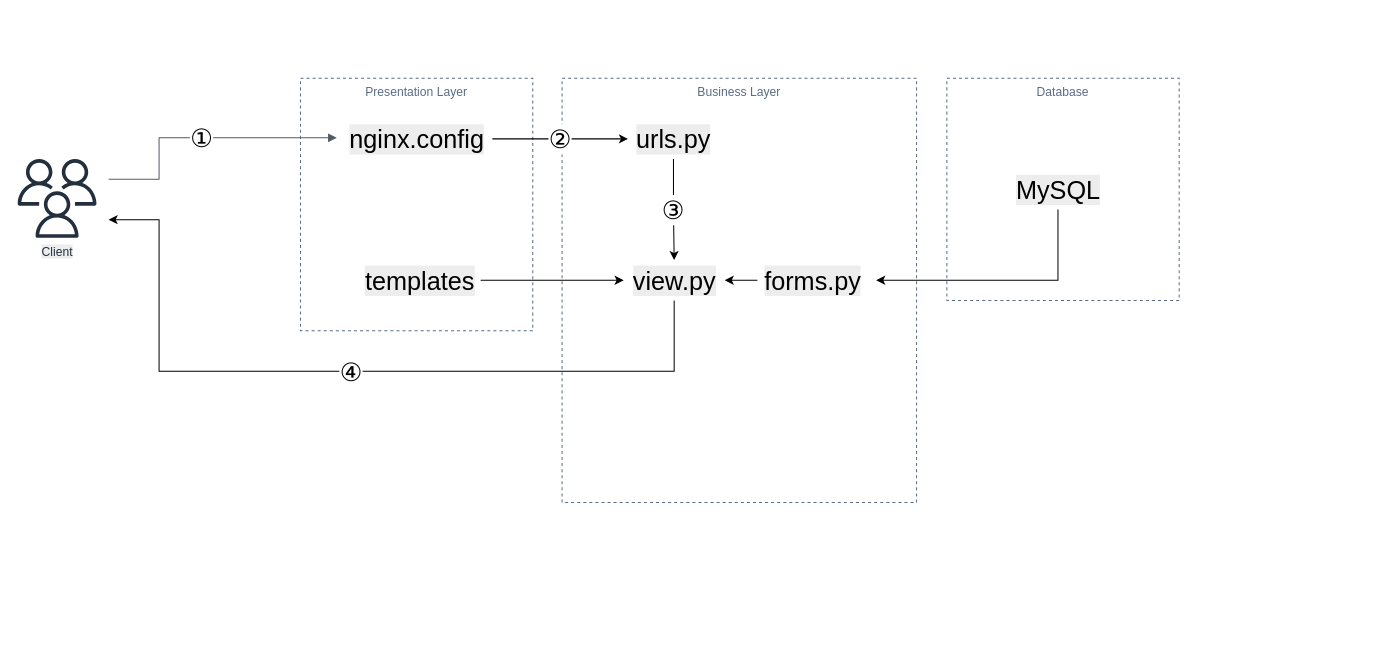
Before: logic.drawio in seongdong2/Nginx-Django, a draw.io diagram. Source tidied: cells renumbered, new cells numbered last; positions are measured from the earlier drawing's top-left corner, leaving out a move shared by most shapes. Both pictures are drawn from the tidied source at 101%, with x=0, y=0 at pixel (17, 78).
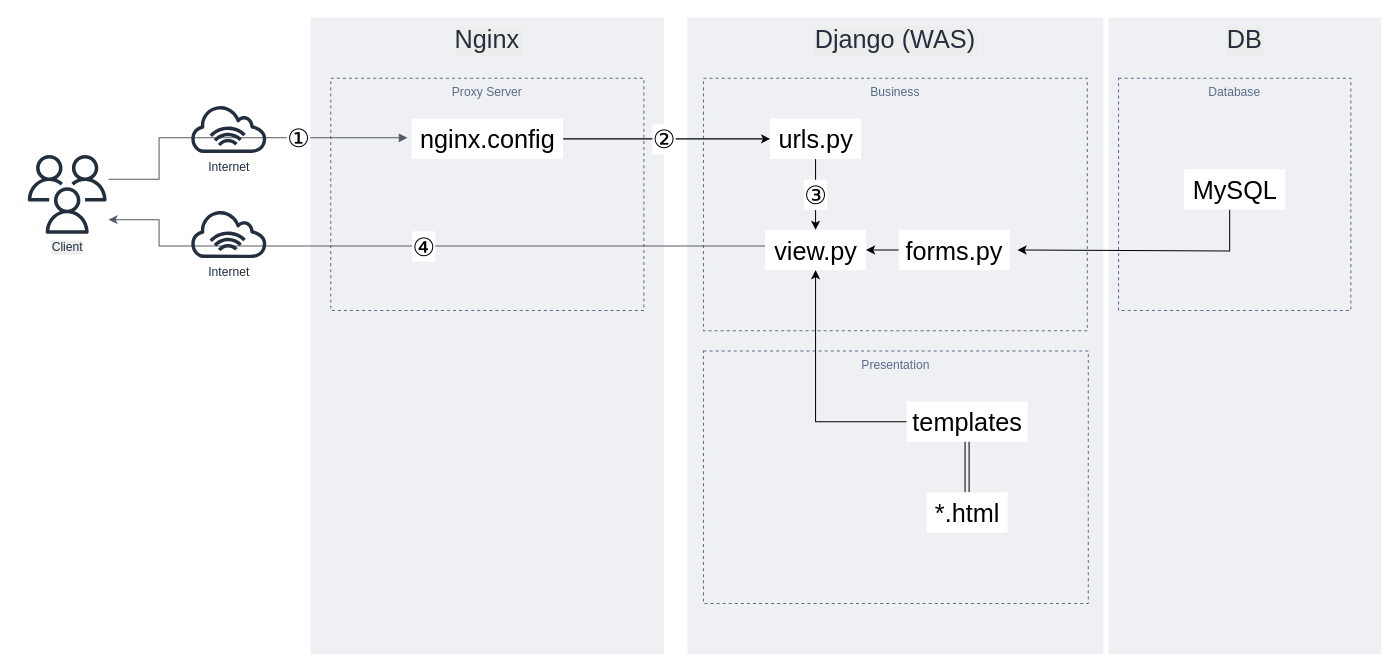
The same page after the edit.

Change to the diagram source:
```diff
@@
+    <mxCell id="19" value="DB" style="fillColor=#EFF0F3;strokeColor=none;dashed=0;verticalAlign=top;fontStyle=0;fontColor=#232F3D;labelBackgroundColor=#EDEDED;labelBorderColor=none;fontSize=25;" parent="1" vertex="1">
+      <mxGeometry x="1080" y="-60" width="270" height="630" as="geometry" />
+    </mxCell>
+    <mxCell id="20" value="Nginx" style="fillColor=#EFF0F3;strokeColor=none;dashed=0;verticalAlign=top;fontStyle=0;fontColor=#232F3D;labelBackgroundColor=#EDEDED;labelBorderColor=none;fontSize=25;" parent="1" vertex="1">
+      <mxGeometry x="290" y="-60" width="350" height="630" as="geometry" />
+    </mxCell>
+    <mxCell id="21" value="Django (WAS)" style="fillColor=#EFF0F3;strokeColor=none;dashed=0;verticalAlign=top;fontStyle=0;fontColor=#232F3D;labelBackgroundColor=#EDEDED;labelBorderColor=none;fontSize=25;" parent="1" vertex="1">
+      <mxGeometry x="663" y="-60" width="412" height="630" as="geometry" />
+    </mxCell>
+    <mxCell id="22" value="Proxy Server" style="fillColor=none;strokeColor=#5A6C86;dashed=1;verticalAlign=top;fontStyle=0;fontColor=#5A6C86;" parent="1" vertex="1">
+      <mxGeometry x="310" width="310" height="230" as="geometry" />
+    </mxCell>
-    <mxCell id="2" value="Presentation Layer" style="fillColor=none;strokeColor=#5A6C86;dashed=1;verticalAlign=top;fontStyle=0;fontColor=#5A6C86;" parent="1" vertex="1">
-      <mxGeometry x="280" width="230" height="250" as="geometry" />
+    <mxCell id="2" value="Presentation" style="fillColor=none;strokeColor=#5A6C86;dashed=1;verticalAlign=top;fontStyle=0;fontColor=#5A6C86;" parent="1" vertex="1">
+      <mxGeometry x="679" y="270" width="381" height="250" as="geometry" />
     </mxCell>
-    <mxCell id="3" value="Business Layer" style="fillColor=none;strokeColor=#5A6C86;dashed=1;verticalAlign=top;fontStyle=0;fontColor=#5A6C86;" parent="1" vertex="1">
-      <mxGeometry x="539" width="351" height="420" as="geometry" />
+    <mxCell id="3" value="Business" style="fillColor=none;strokeColor=#5A6C86;dashed=1;verticalAlign=top;fontStyle=0;fontColor=#5A6C86;" parent="1" vertex="1">
+      <mxGeometry x="679" width="380" height="250" as="geometry" />
     </mxCell>
-    <mxCell id="4" value="view.py" style="text;html=1;align=center;verticalAlign=middle;points=[];strokeColor=none;fillColor=none;labelBorderColor=none;labelBackgroundColor=#EDEDED;fontSize=25;" parent="3" vertex="1">
-      <mxGeometry x="61" y="180" width="100" height="40" as="geometry" />
+    <mxCell id="4" value="view.py" style="text;html=1;align=center;verticalAlign=middle;points=[];strokeColor=none;fillColor=default;labelBorderColor=none;labelBackgroundColor=none;fontSize=25;" parent="3" vertex="1">
+      <mxGeometry x="61" y="150" width="100" height="40" as="geometry" />
     </mxCell>
@@
-    <mxCell id="6" value="urls.py" style="text;html=1;align=center;verticalAlign=middle;points=[];strokeColor=none;fillColor=none;labelBorderColor=none;labelBackgroundColor=#EDEDED;fontSize=25;" parent="3" vertex="1">
-      <mxGeometry x="65.3" y="40" width="90" height="40" as="geometry" />
+    <mxCell id="6" value="urls.py" style="text;html=1;align=center;verticalAlign=middle;points=[];strokeColor=none;fillColor=default;labelBorderColor=none;labelBackgroundColor=none;fontSize=25;" parent="3" vertex="1">
+      <mxGeometry x="66" y="40" width="90" height="40" as="geometry" />
     </mxCell>
@@
-    <mxCell id="8" value="forms.py" style="text;html=1;align=center;verticalAlign=middle;points=[];strokeColor=none;fillColor=none;labelBorderColor=none;labelBackgroundColor=#EDEDED;fontSize=25;" parent="3" vertex="1">
-      <mxGeometry x="193.4" y="180" width="110" height="40" as="geometry" />
+    <mxCell id="8" value="forms.py" style="text;html=1;align=center;verticalAlign=middle;points=[];strokeColor=none;fillColor=default;labelBorderColor=none;labelBackgroundColor=none;fontSize=25;" parent="3" vertex="1">
+      <mxGeometry x="193.4" y="150" width="110" height="40" as="geometry" />
     </mxCell>
     <mxCell id="9" value="Database" style="fillColor=none;strokeColor=#5A6C86;dashed=1;verticalAlign=top;fontStyle=0;fontColor=#5A6C86;" parent="1" vertex="1">
-      <mxGeometry x="920" width="230" height="220" as="geometry" />
+      <mxGeometry x="1090" width="230" height="230" as="geometry" />
     </mxCell>
-    <mxCell id="10" style="edgeStyle=orthogonalEdgeStyle;rounded=0;jettySize=auto;html=1;fontSize=25;startArrow=none;startFill=0;" parent="1" edge="1" source="11" target="4">
-      <mxGeometry relative="1" as="geometry" />
-    </mxCell>
-    <mxCell id="11" value="templates" style="text;html=1;align=center;verticalAlign=middle;points=[];strokeColor=none;fillColor=none;labelBorderColor=none;labelBackgroundColor=#EDEDED;fontSize=25;" parent="1" vertex="1">
-      <mxGeometry x="338.4" y="180" width="120" height="40" as="geometry" />
-    </mxCell>
     <mxCell id="12" style="edgeStyle=orthogonalEdgeStyle;rounded=0;jumpSize=14;jettySize=auto;html=1;entryX=1.069;entryY=0.5;entryDx=0;entryDy=0;entryPerimeter=0;fontSize=25;startArrow=none;startFill=0;endSize=6;" parent="1" edge="1" source="13" target="8">
       <mxGeometry relative="1" as="geometry">
         <Array as="points">
-          <mxPoint x="1030" y="200" />
+          <mxPoint x="1200" y="171" />
         </Array>
       </mxGeometry>
     </mxCell>
-    <mxCell id="13" value="MySQL" style="text;html=1;align=center;verticalAlign=middle;points=[];strokeColor=none;fillColor=none;labelBorderColor=none;labelBackgroundColor=#EDEDED;fontSize=25;" parent="1" vertex="1">
-      <mxGeometry x="980" y="90" width="100" height="40" as="geometry" />
+    <mxCell id="13" value="MySQL" style="text;html=1;align=center;verticalAlign=middle;points=[];strokeColor=none;fillColor=default;labelBorderColor=none;labelBackgroundColor=none;fontSize=25;" parent="1" vertex="1">
+      <mxGeometry x="1155" y="90" width="100" height="40" as="geometry" />
     </mxCell>
     <mxCell id="14" value="②" style="edgeStyle=orthogonalEdgeStyle;rounded=0;jettySize=auto;html=1;fontSize=25;startArrow=none;startFill=0;" parent="1" edge="1" source="15" target="6">
-      <mxGeometry relative="1" as="geometry" />
+      <mxGeometry x="-0.03" relative="1" as="geometry">
+        <Array as="points">
+          <mxPoint x="720" y="60" />
+          <mxPoint x="720" y="60" />
+        </Array>
+        <mxPoint x="1" as="offset" />
+      </mxGeometry>
     </mxCell>
-    <mxCell id="15" value="nginx.config" style="text;html=1;align=center;verticalAlign=middle;points=[];strokeColor=none;fillColor=none;labelBorderColor=none;labelBackgroundColor=#EDEDED;fontSize=25;" parent="1" vertex="1">
-      <mxGeometry x="320" y="40" width="150" height="40" as="geometry" />
+    <mxCell id="15" value="nginx.config" style="text;html=1;align=center;verticalAlign=middle;points=[];strokeColor=none;fillColor=default;labelBorderColor=none;labelBackgroundColor=none;fontSize=25;" parent="1" vertex="1">
+      <mxGeometry x="390" y="40" width="150" height="40" as="geometry" />
     </mxCell>
     <mxCell id="16" value="Client" style="sketch=0;fontColor=#232F3E;gradientColor=none;fillColor=#232F3D;strokeColor=none;dashed=0;verticalLabelPosition=bottom;verticalAlign=top;align=center;html=1;fontSize=12;fontStyle=0;shape=mxgraph.aws4.users;labelBackgroundColor=#EDEDED;labelBorderColor=none;" parent="1" vertex="1">
-      <mxGeometry y="80" width="78" height="78" as="geometry" />
+      <mxGeometry x="10" y="76" width="78" height="78" as="geometry" />
     </mxCell>
     <mxCell id="17" value="①" style="edgeStyle=orthogonalEdgeStyle;html=1;endArrow=block;elbow=vertical;startArrow=none;endFill=1;strokeColor=#545B64;rounded=0;fontSize=25;entryX=-0.027;entryY=0.475;entryDx=0;entryDy=0;entryPerimeter=0;endSize=6;jumpSize=14;" parent="1" edge="1" target="15">
-      <mxGeometry relative="1" as="geometry">
+      <mxGeometry x="0.36" relative="1" as="geometry">
         <mxPoint x="90" y="100" as="sourcePoint" />
         <Array as="points">
           <mxPoint x="140" y="100" />
           <mxPoint x="140" y="59" />
         </Array>
       </mxGeometry>
     </mxCell>
-    <mxCell id="18" value="④" style="edgeStyle=orthogonalEdgeStyle;rounded=0;jettySize=auto;html=1;fontSize=25;startArrow=none;startFill=0;" parent="1" edge="1" source="4">
+    <mxCell id="18" value="④" style="edgeStyle=orthogonalEdgeStyle;rounded=0;jettySize=auto;html=1;fontSize=25;startArrow=none;startFill=0;strokeColor=#545B64;" parent="1" edge="1" source="4">
       <mxGeometry relative="1" as="geometry">
         <mxPoint x="90" y="140" as="targetPoint" />
         <Array as="points">
-          <mxPoint x="650" y="290" />
-          <mxPoint x="140" y="290" />
+          <mxPoint x="140" y="166" />
           <mxPoint x="140" y="140" />
         </Array>
       </mxGeometry>
     </mxCell>
+    <mxCell id="11" value="templates" style="text;html=1;align=center;verticalAlign=middle;points=[];strokeColor=none;fillColor=default;labelBorderColor=none;labelBackgroundColor=none;fontSize=25;" parent="1" vertex="1">
+      <mxGeometry x="880" y="320" width="120" height="40" as="geometry" />
+    </mxCell>
+    <mxCell id="10" style="edgeStyle=orthogonalEdgeStyle;rounded=0;jettySize=auto;html=1;fontSize=25;startArrow=none;startFill=0;" parent="1" edge="1" source="11" target="4">
+      <mxGeometry relative="1" as="geometry" />
+    </mxCell>
+    <mxCell id="23" style="edgeStyle=orthogonalEdgeStyle;rounded=0;jumpSize=14;jettySize=auto;html=1;labelBackgroundColor=none;fontSize=25;startArrow=none;startFill=0;shape=link;" parent="1" edge="1" source="24" target="11">
+      <mxGeometry relative="1" as="geometry" />
+    </mxCell>
+    <mxCell id="24" value="*.html" style="text;html=1;align=center;verticalAlign=middle;points=[];strokeColor=none;fillColor=default;fontSize=25;" parent="1" vertex="1">
+      <mxGeometry x="900" y="410" width="80" height="40" as="geometry" />
+    </mxCell>
+    <mxCell id="25" value="Internet" style="sketch=0;fontColor=#232F3E;gradientColor=none;fillColor=#232F3D;strokeColor=none;dashed=0;verticalLabelPosition=bottom;verticalAlign=top;align=center;html=1;fontSize=12;fontStyle=0;shape=mxgraph.aws4.internet_alt1;labelBackgroundColor=none;labelBorderColor=none;" parent="1" vertex="1">
+      <mxGeometry x="170" y="26" width="78" height="48" as="geometry" />
+    </mxCell>
+    <mxCell id="26" value="Internet" style="sketch=0;fontColor=#232F3E;gradientColor=none;fillColor=#232F3D;strokeColor=none;dashed=0;verticalLabelPosition=bottom;verticalAlign=top;align=center;html=1;fontSize=12;fontStyle=0;shape=mxgraph.aws4.internet_alt1;labelBackgroundColor=none;labelBorderColor=none;" parent="1" vertex="1">
+      <mxGeometry x="170" y="130" width="78" height="48" as="geometry" />
+    </mxCell>
```
